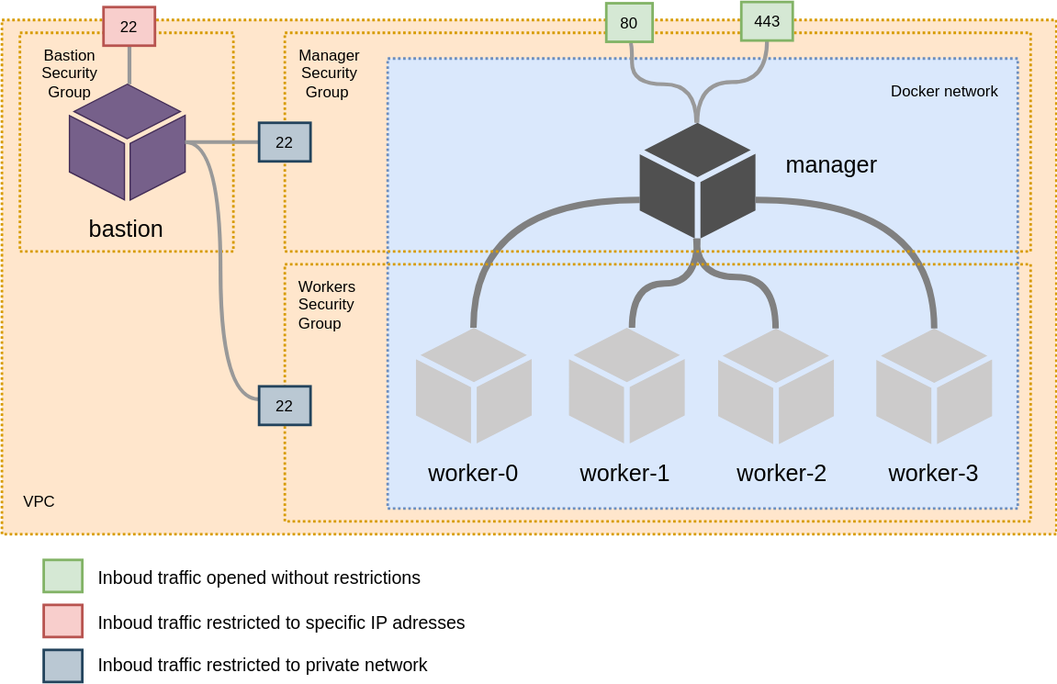
The draw.io diagram docs/assets/bastion-architecture.svg in kalisio/kaabah, before a commit. Source tidied: cells renumbered, new cells last; positions are measured from the earlier drawing's top-left corner, leaving out a move shared by most shapes.
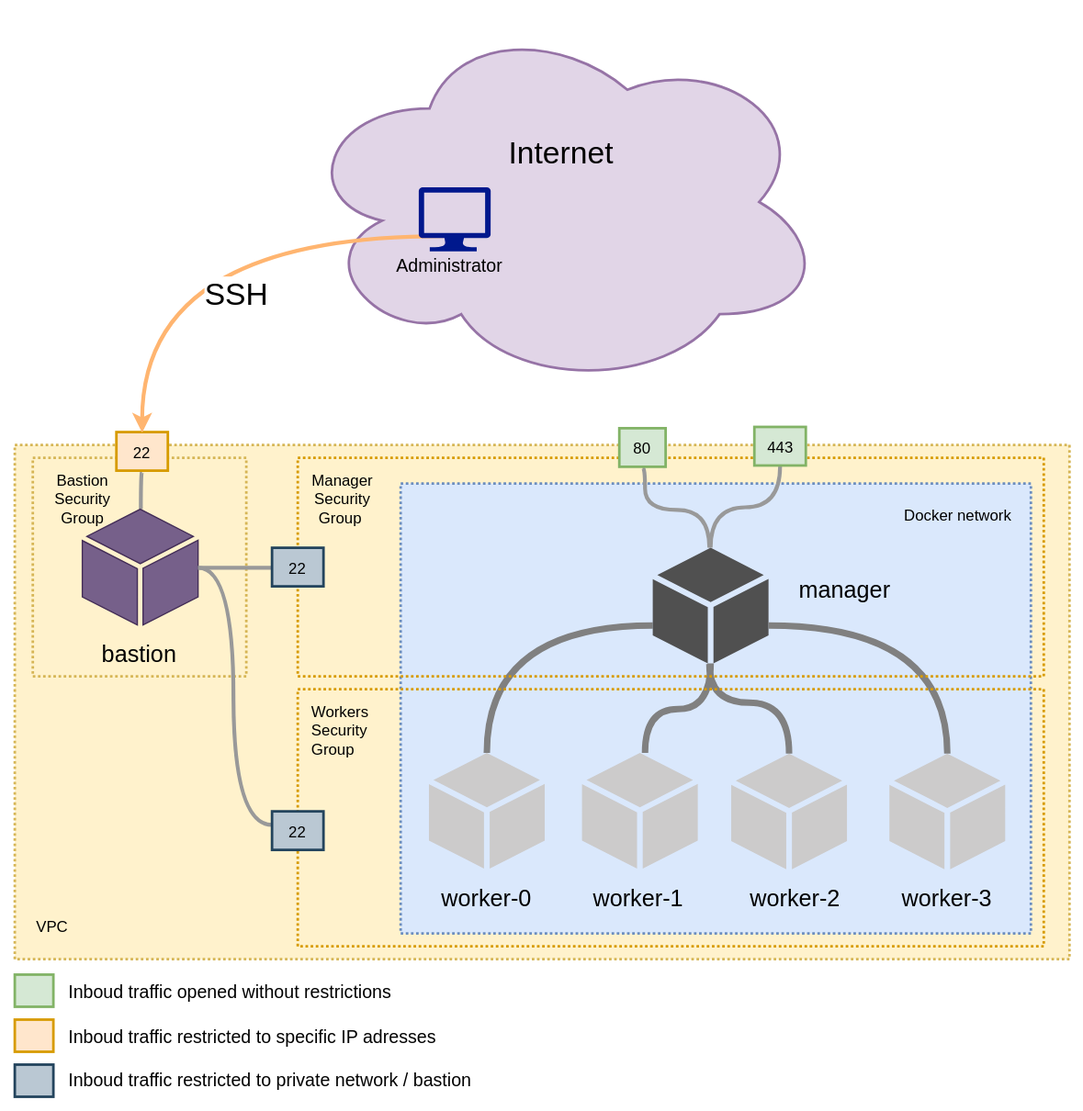
After the change.

Diff of the diagram source:
```diff
@@ -2,13 +2,16 @@
   <root>
     <mxCell id="0" />
     <mxCell id="1" parent="0" />
+    <mxCell id="44" value="&lt;br&gt;&lt;br&gt;&lt;br&gt;Internet" style="ellipse;shape=cloud;whiteSpace=wrap;html=1;rounded=1;shadow=0;strokeColor=#9673a6;strokeWidth=2;fillColor=#e1d5e7;fontFamily=Helvetica;fontSize=24;align=center;verticalAlign=top;" parent="1" vertex="1">
+      <mxGeometry x="220" y="-320.5" width="410" height="291" as="geometry" />
+    </mxCell>
-    <mxCell id="2" style="rounded=0;whiteSpace=wrap;html=1;labelBackgroundColor=#FFFFFF;strokeColor=#d79b00;strokeWidth=2;fillColor=#ffe6cc;fontSize=18;align=center;dashed=1;dashPattern=1 1;glass=0;comic=0;" parent="1" vertex="1">
+    <mxCell id="2" style="rounded=0;whiteSpace=wrap;html=1;labelBackgroundColor=#FFFFFF;strokeColor=#d6b656;strokeWidth=2;fillColor=#fff2cc;fontSize=18;align=center;dashed=1;dashPattern=1 1;glass=0;comic=0;" parent="1" vertex="1">
       <mxGeometry y="14" width="820" height="400" as="geometry" />
     </mxCell>
-    <mxCell id="3" style="rounded=0;whiteSpace=wrap;html=1;labelBackgroundColor=#FFFFFF;strokeColor=#d79b00;strokeWidth=2;fillColor=none;fontSize=18;align=center;dashed=1;dashPattern=1 1;glass=0;comic=0;" parent="1" vertex="1">
+    <mxCell id="3" style="rounded=0;whiteSpace=wrap;html=1;labelBackgroundColor=#FFFFFF;strokeColor=#d6b656;strokeWidth=2;fillColor=#fff2cc;fontSize=18;align=center;dashed=1;dashPattern=1 1;glass=0;comic=0;" parent="1" vertex="1">
       <mxGeometry x="14" y="24" width="166" height="170" as="geometry" />
     </mxCell>
-    <mxCell id="4" style="rounded=0;whiteSpace=wrap;html=1;labelBackgroundColor=#FFFFFF;strokeColor=#6c8ebf;strokeWidth=2;fillColor=#dae8fc;fontSize=18;align=center;dashed=1;dashPattern=1 1;" parent="1" vertex="1">
+    <mxCell id="4" style="rounded=0;whiteSpace=wrap;html=1;labelBackgroundColor=#FFFFFF;strokeWidth=2;fontSize=18;align=center;dashed=1;dashPattern=1 1;fillColor=#dae8fc;strokeColor=#6c8ebf;" parent="1" vertex="1">
       <mxGeometry x="300" y="44" width="490" height="350" as="geometry" />
     </mxCell>
     <mxCell id="5" style="edgeStyle=orthogonalEdgeStyle;curved=1;html=1;jettySize=auto;strokeColor=#808080;strokeWidth=5;fontFamily=Helvetica;fontSize=18;fontColor=#000000;endArrow=none;endFill=0;" parent="1" edge="1" source="7" target="8">
@@ -63,18 +66,6 @@
     <mxCell id="17" style="edgeStyle=orthogonalEdgeStyle;curved=1;html=1;exitX=0.5;exitY=1;endArrow=none;endFill=0;jettySize=auto;strokeColor=#999999;strokeWidth=3;fontFamily=Helvetica;fontSize=12;fontColor=#000000;" parent="1" edge="1" source="43" target="7">
       <mxGeometry relative="1" as="geometry" />
     </mxCell>
-    <mxCell id="18" style="rounded=0;whiteSpace=wrap;html=1;glass=0;comic=0;labelBackgroundColor=none;strokeColor=#82b366;strokeWidth=2;fillColor=#d5e8d4;fontSize=10;align=center;verticalAlign=middle;" parent="1" vertex="1">
-      <mxGeometry x="32.5" y="434" width="30" height="25" as="geometry" />
-    </mxCell>
-    <mxCell id="19" value="&lt;font style=&quot;font-size: 14px&quot;&gt;Inboud traffic opened without restrictions&amp;nbsp;&lt;/font&gt;" style="text;html=1;align=left;verticalAlign=top;spacingTop=-4;" parent="1" vertex="1">
-      <mxGeometry x="72.5" y="436.5" width="270" height="20" as="geometry" />
-    </mxCell>
-    <mxCell id="20" style="rounded=0;whiteSpace=wrap;html=1;glass=0;comic=0;labelBackgroundColor=none;strokeColor=#b85450;strokeWidth=2;fillColor=#f8cecc;fontSize=10;align=center;verticalAlign=middle;" parent="1" vertex="1">
-      <mxGeometry x="32.5" y="469" width="30" height="25" as="geometry" />
-    </mxCell>
-    <mxCell id="21" value="&lt;font style=&quot;font-size: 14px&quot;&gt;Inboud traffic restricted to specific IP adresses&lt;/font&gt;" style="text;html=1;align=left;verticalAlign=top;spacingTop=-4;" parent="1" vertex="1">
-      <mxGeometry x="72.5" y="471.5" width="300" height="20" as="geometry" />
-    </mxCell>
     <mxCell id="22" style="edgeStyle=orthogonalEdgeStyle;curved=1;html=1;jettySize=auto;strokeColor=#808080;strokeWidth=5;fontFamily=Helvetica;fontSize=18;fontColor=#000000;endArrow=none;endFill=0;" parent="1" edge="1" source="7" target="10">
       <mxGeometry relative="1" as="geometry">
         <Array as="points">
@@ -136,16 +127,10 @@
     <mxCell id="33" value="bastion" style="text;html=1;align=center;verticalAlign=top;spacingTop=-4;fontSize=18;fontFamily=Helvetica;fontColor=#000000;" parent="1" vertex="1">
       <mxGeometry x="62.5" y="164" width="70" height="20" as="geometry" />
     </mxCell>
-    <mxCell id="34" style="rounded=0;whiteSpace=wrap;html=1;glass=0;comic=0;labelBackgroundColor=none;strokeColor=#23445d;strokeWidth=2;fillColor=#bac8d3;fontSize=10;align=center;verticalAlign=middle;" parent="1" vertex="1">
-      <mxGeometry x="32.5" y="504" width="30" height="25" as="geometry" />
-    </mxCell>
-    <mxCell id="35" value="&lt;font style=&quot;font-size: 14px&quot;&gt;Inboud traffic restricted to private network&amp;nbsp;&lt;/font&gt;" style="text;html=1;align=left;verticalAlign=top;spacingTop=-4;" parent="1" vertex="1">
-      <mxGeometry x="72.5" y="505" width="280" height="20" as="geometry" />
-    </mxCell>
     <mxCell id="36" style="rounded=0;whiteSpace=wrap;html=1;labelBackgroundColor=#FFFFFF;strokeColor=#d79b00;strokeWidth=2;fillColor=none;fontSize=18;align=center;dashed=1;dashPattern=1 1;glass=0;comic=0;" parent="1" vertex="1">
       <mxGeometry x="220" y="204" width="580" height="200" as="geometry" />
     </mxCell>
-    <mxCell id="37" value="&lt;font style=&quot;font-size: 12px&quot;&gt;22&lt;/font&gt;" style="rounded=0;whiteSpace=wrap;html=1;glass=0;comic=0;labelBackgroundColor=none;strokeColor=#b85450;strokeWidth=2;fillColor=#f8cecc;fontSize=10;align=center;verticalAlign=middle;" parent="1" vertex="1">
+    <mxCell id="37" value="&lt;font style=&quot;font-size: 12px&quot;&gt;22&lt;/font&gt;" style="rounded=0;whiteSpace=wrap;html=1;glass=0;comic=0;labelBackgroundColor=none;strokeColor=#d79b00;strokeWidth=2;fillColor=#ffe6cc;fontSize=10;align=center;verticalAlign=middle;" parent="1" vertex="1">
       <mxGeometry x="79" y="4" width="40" height="30" as="geometry" />
     </mxCell>
     <mxCell id="38" value="Bastion&lt;br&gt;Security&lt;br&gt;Group&lt;br&gt;" style="text;html=1;strokeColor=none;fillColor=none;align=center;verticalAlign=middle;whiteSpace=wrap;rounded=0;labelBackgroundColor=none;fontSize=12;" parent="1" vertex="1">
@@ -166,5 +151,37 @@
     <mxCell id="43" value="443" style="rounded=0;whiteSpace=wrap;html=1;glass=0;comic=0;labelBackgroundColor=none;strokeColor=#82b366;strokeWidth=2;fillColor=#d5e8d4;fontSize=12;align=center;verticalAlign=middle;" parent="1" vertex="1">
       <mxGeometry x="575" width="40" height="30" as="geometry" />
     </mxCell>
+    <mxCell id="45" style="edgeStyle=orthogonalEdgeStyle;jettySize=auto;html=1;entryX=0.5;entryY=0;entryDx=0;entryDy=0;curved=1;strokeColor=#FFB570;strokeWidth=3;exitX=0.34;exitY=0.75;exitDx=0;exitDy=0;exitPerimeter=0;" parent="1" edge="1" source="47" target="37">
+      <mxGeometry relative="1" as="geometry" />
+    </mxCell>
+    <mxCell id="46" value="&lt;font style=&quot;font-size: 24px&quot;&gt;SSH&lt;/font&gt;" style="text;html=1;align=center;verticalAlign=middle;labelBackgroundColor=#ffffff;" parent="45" vertex="1">
+      <mxGeometry x="-0.13" y="33" relative="1" as="geometry">
+        <mxPoint x="8" y="11" as="offset" />
+      </mxGeometry>
+    </mxCell>
+    <mxCell id="47" style="shadow=0;dashed=0;html=1;strokeColor=none;labelPosition=center;verticalLabelPosition=bottom;verticalAlign=top;align=center;fillColor=#00188D;shape=mxgraph.azure.computer;" parent="1" vertex="1">
+      <mxGeometry x="314" y="-186.5" width="56" height="50" as="geometry" />
+    </mxCell>
+    <mxCell id="48" value="&lt;font style=&quot;font-size: 14px&quot;&gt;Administrator&lt;/font&gt;" style="text;html=1;align=left;verticalAlign=top;spacingTop=-4;" parent="1" vertex="1">
+      <mxGeometry x="295" y="-136.5" width="100" height="20" as="geometry" />
+    </mxCell>
+    <mxCell id="49" style="rounded=0;whiteSpace=wrap;html=1;glass=0;comic=0;labelBackgroundColor=none;strokeColor=#82b366;strokeWidth=2;fillColor=#d5e8d4;fontSize=10;align=center;verticalAlign=middle;" parent="1" vertex="1">
+      <mxGeometry y="426" width="30" height="25" as="geometry" />
+    </mxCell>
+    <mxCell id="19" value="&lt;font style=&quot;font-size: 14px&quot;&gt;Inboud traffic opened without restrictions&amp;nbsp;&lt;/font&gt;" style="text;html=1;align=left;verticalAlign=top;spacingTop=-4;" parent="1" vertex="1">
+      <mxGeometry x="40" y="428.5" width="270" height="20" as="geometry" />
+    </mxCell>
+    <mxCell id="50" style="rounded=0;whiteSpace=wrap;html=1;glass=0;comic=0;labelBackgroundColor=none;strokeColor=#d79b00;strokeWidth=2;fillColor=#ffe6cc;fontSize=10;align=center;verticalAlign=middle;" parent="1" vertex="1">
+      <mxGeometry y="461" width="30" height="25" as="geometry" />
+    </mxCell>
+    <mxCell id="21" value="&lt;font style=&quot;font-size: 14px&quot;&gt;Inboud traffic restricted to specific IP adresses&lt;/font&gt;" style="text;html=1;align=left;verticalAlign=top;spacingTop=-4;" parent="1" vertex="1">
+      <mxGeometry x="40" y="463.5" width="300" height="20" as="geometry" />
+    </mxCell>
+    <mxCell id="51" style="rounded=0;whiteSpace=wrap;html=1;glass=0;comic=0;labelBackgroundColor=none;strokeColor=#23445d;strokeWidth=2;fillColor=#bac8d3;fontSize=10;align=center;verticalAlign=middle;" parent="1" vertex="1">
+      <mxGeometry y="496" width="30" height="25" as="geometry" />
+    </mxCell>
+    <mxCell id="52" value="&lt;font style=&quot;font-size: 14px&quot;&gt;Inboud traffic restricted to private network / bastion&amp;nbsp;&lt;/font&gt;" style="text;html=1;align=left;verticalAlign=top;spacingTop=-4;" parent="1" vertex="1">
+      <mxGeometry x="40" y="497" width="330" height="20" as="geometry" />
+    </mxCell>
   </root>
 </mxGraphModel>
```
